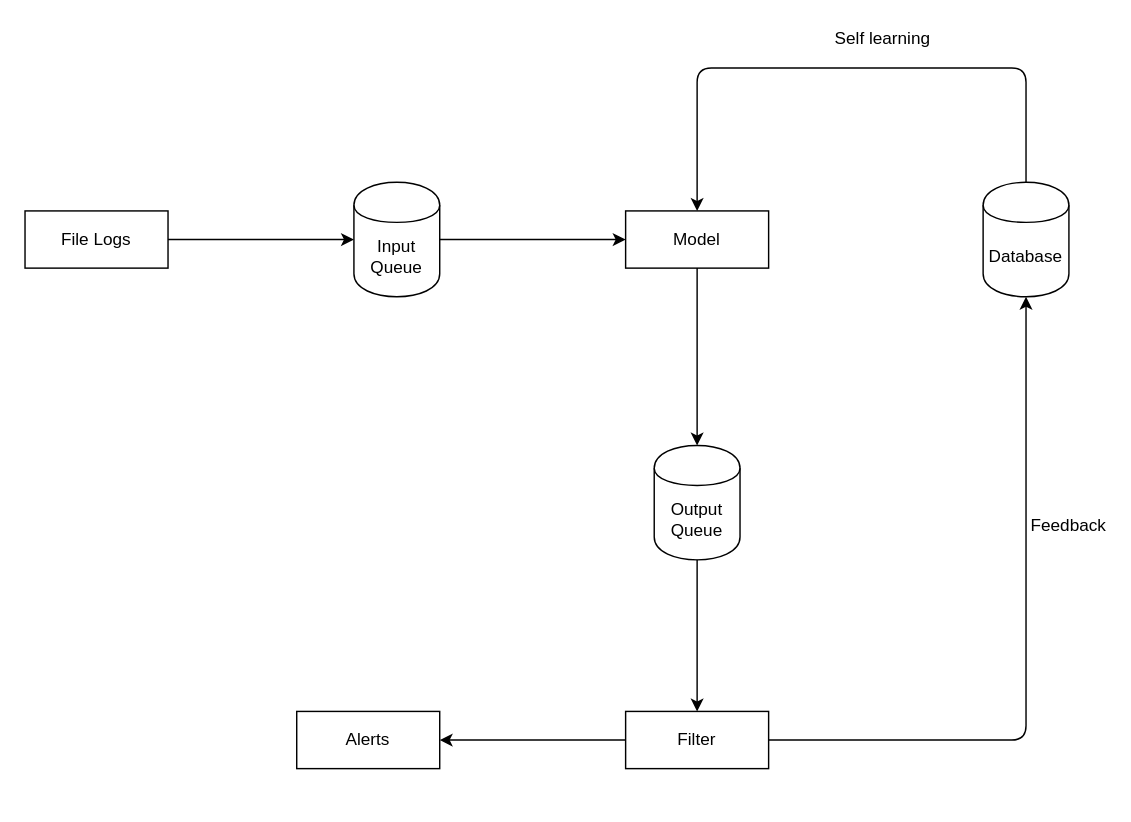
Above: malware_flow.drawio in dangmc/Thesis (draw.io), before the change. Source tidied: cells renumbered, new cells numbered last; positions are measured from the earlier drawing's top-left corner, leaving out a move shared by most shapes. Both pictures are drawn from the tidied source at 143%, with x=0, y=0 at pixel (24, 24).
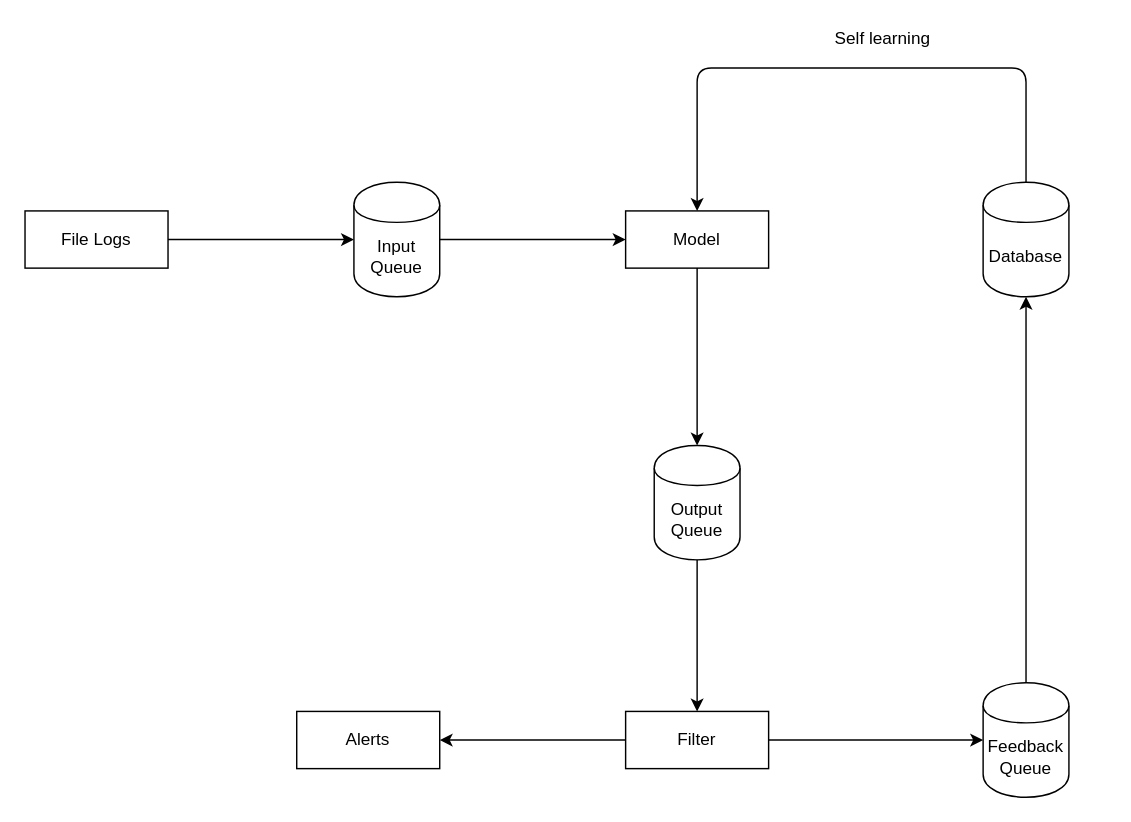
The same diagram, later.

Unchanged cells that the change refers to:
```xml
<mxCell id="7" value="Database" style="shape=cylinder;whiteSpace=wrap;html=1;boundedLbl=1;backgroundOutline=1;" parent="1" vertex="1">
  <mxGeometry x="670" y="110" width="60" height="80" as="geometry" />
</mxCell>
<mxCell id="14" value="Filter" style="rounded=0;whiteSpace=wrap;html=1;" parent="1" vertex="1">
  <mxGeometry x="420" y="480" width="100" height="40" as="geometry" />
</mxCell>
```

The edit, as a diff of the source:
```diff
@@
-    <mxCell id="9" style="endArrow=classic;html=1;exitX=1;exitY=0.5;exitDx=0;exitDy=0;entryX=0.5;entryY=1;entryDx=0;entryDy=0;" parent="1" edge="1" source="14" target="7">
-      <mxGeometry relative="1" as="geometry">
-        <Array as="points">
-          <mxPoint x="700" y="500" />
-        </Array>
-      </mxGeometry>
-    </mxCell>
@@
-    <mxCell id="17" value="Feedback" style="text;html=1;strokeColor=none;fillColor=none;align=center;verticalAlign=middle;whiteSpace=wrap;rounded=0;" parent="1" vertex="1">
-      <mxGeometry x="710" y="340" width="40" height="20" as="geometry" />
-    </mxCell>
+    <mxCell id="18" value="Feedback Queue" style="shape=cylinder;whiteSpace=wrap;html=1;boundedLbl=1;backgroundOutline=1;" parent="1" vertex="1">
+      <mxGeometry x="670" y="460" width="60" height="80" as="geometry" />
+    </mxCell>
+    <mxCell id="19" style="endArrow=classic;html=1;exitX=1;exitY=0.5;exitDx=0;exitDy=0;entryX=0;entryY=0.5;entryDx=0;entryDy=0;" parent="1" edge="1" source="14" target="18">
+      <mxGeometry relative="1" as="geometry" />
+    </mxCell>
+    <mxCell id="20" style="endArrow=classic;html=1;exitX=0.5;exitY=0;exitDx=0;exitDy=0;entryX=0.5;entryY=1;entryDx=0;entryDy=0;" parent="1" edge="1" source="18" target="7">
+      <mxGeometry relative="1" as="geometry" />
+    </mxCell>
```
